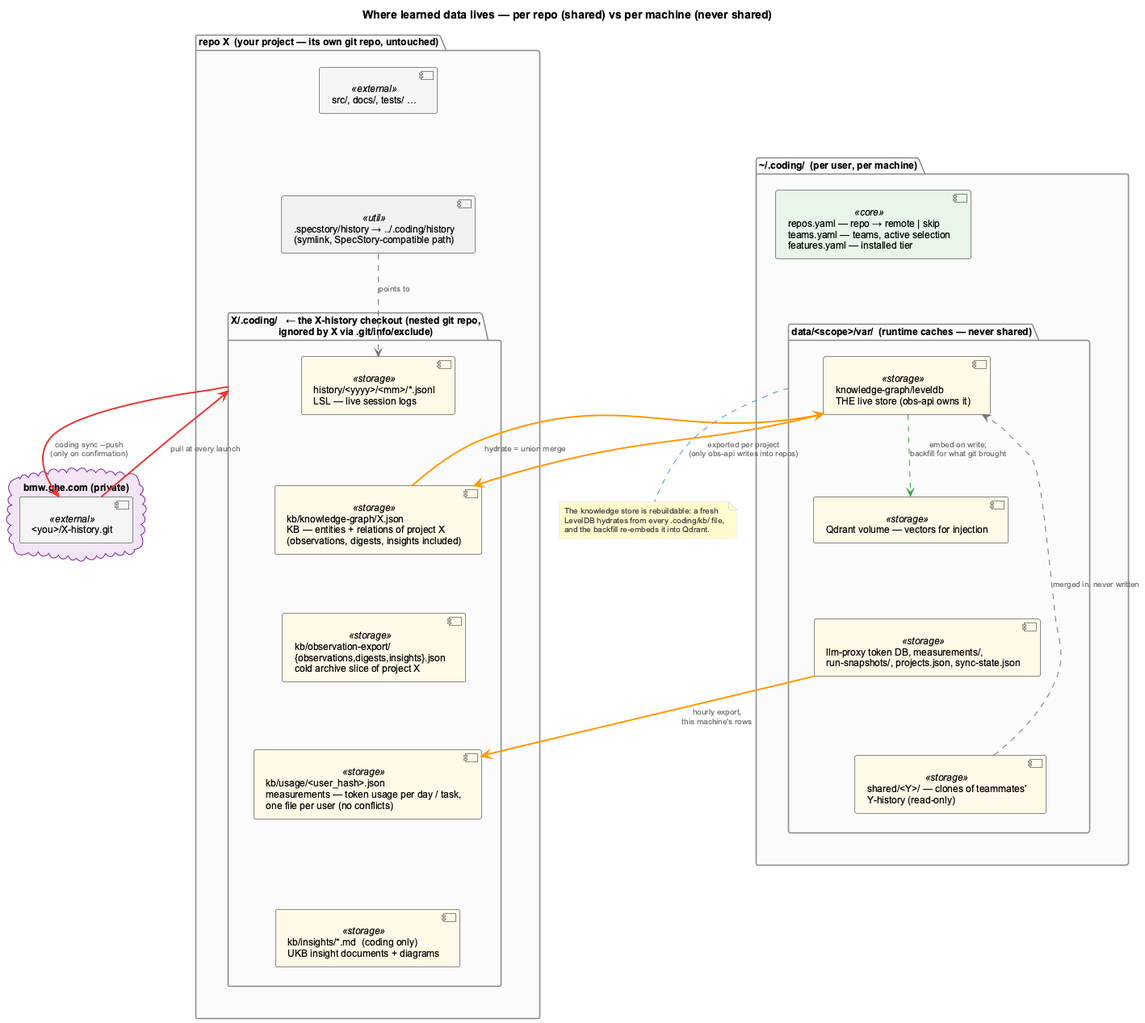
Before: docs/images/learned-data-layout.png, a diagram exported from PlantUML (fwornle/coding).
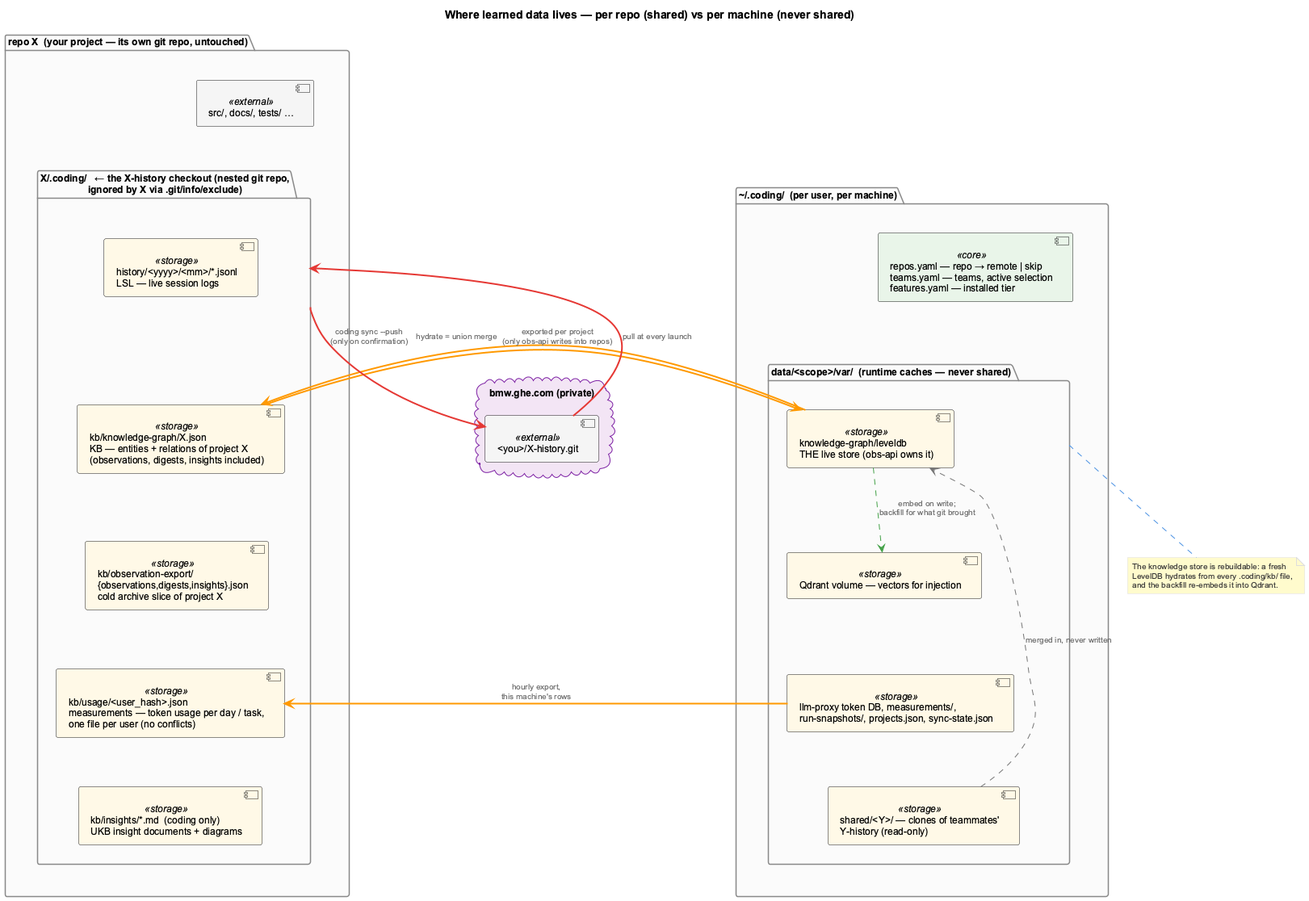
Later version of the same file.

Change to the diagram source:
```diff
@@ -19,7 +19,6 @@
     component "kb/usage/<user_hash>.json\nmeasurements — token usage per day / task,\none file per user (no conflicts)" as usage <<storage>>
     component "kb/insights/*.md  (coding only)\nUKB insight documents + diagrams" as ins <<storage>>
   }
-  component ".specstory/history → ../.coding/history\n(symlink, SpecStory-compatible path)" as link <<util>>
 }
 
 folder "&#126;/.coding/  (per user, per machine)" as home {
@@ -36,9 +35,7 @@
   component "<you>/X-history.git" as remote <<external>>
 }
 
-link .[#757575].> hist : points to
-
-code -[hidden]down- link
+code -[hidden]down- dotc
 hist -[hidden]down- kg
 kg -[hidden]down- obs
 obs -[hidden]down- usage
```
